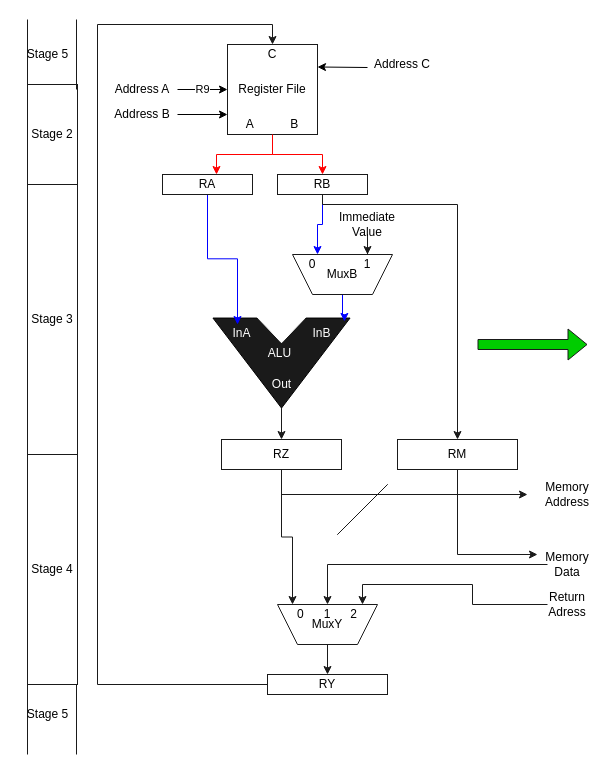
Before: Orkom no1.drawio in vanzeven/tes, a draw.io diagram. Source tidied: cells renumbered, new cells numbered last; positions are measured from the earlier drawing's top-left corner, leaving out a move shared by most shapes. Both pictures are drawn from the tidied source at 100%, with x=0, y=0 at pixel (17, 19).
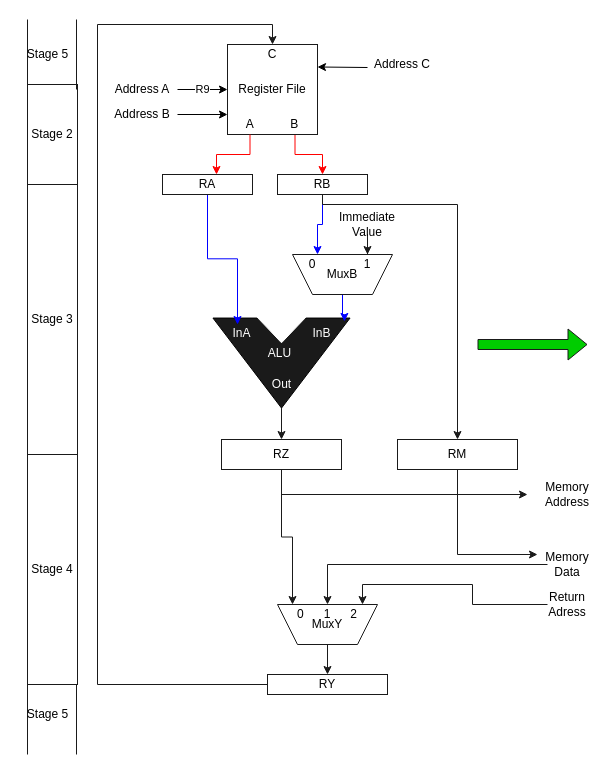
The same diagram, later.

The change refers to these unchanged cells:
```xml
<mxCell id="10" value="Register File" style="whiteSpace=wrap;html=1;strokeColor=#1A1A1A;fillColor=#FFFFFF;" parent="1" vertex="1">
  <mxGeometry x="210" y="25" width="90" height="90" as="geometry" />
</mxCell>
<mxCell id="13" value="A&amp;nbsp;&amp;nbsp;&amp;nbsp;&amp;nbsp;&amp;nbsp;&amp;nbsp;&amp;nbsp;&amp;nbsp;&amp;nbsp;&amp;nbsp; B" style="text;html=1;strokeColor=none;fillColor=none;align=center;verticalAlign=middle;whiteSpace=wrap;rounded=0;" parent="1" vertex="1">
  <mxGeometry x="210" y="95" width="90" height="20" as="geometry" />
</mxCell>
<mxCell id="22" value="RB" style="rounded=0;whiteSpace=wrap;html=1;strokeColor=#1A1A1A;fillColor=#FFFFFF;" parent="1" vertex="1">
  <mxGeometry x="260" y="155" width="90" height="20" as="geometry" />
</mxCell>
<mxCell id="24" value="RA" style="rounded=0;whiteSpace=wrap;html=1;strokeColor=#1A1A1A;fillColor=#FFFFFF;" parent="1" vertex="1">
  <mxGeometry x="145" y="155" width="90" height="20" as="geometry" />
</mxCell>
```

Diff of the diagram source:
```diff
@@
-    <mxCell id="9" style="edgeStyle=orthogonalEdgeStyle;rounded=0;jettySize=auto;html=1;entryX=0.5;entryY=0;entryDx=0;entryDy=0;strokeColor=#FF0000;" parent="1" edge="1" source="10" target="22">
+    <mxCell id="9" style="edgeStyle=orthogonalEdgeStyle;rounded=0;jettySize=auto;html=1;entryX=0.5;entryY=0;entryDx=0;entryDy=0;strokeColor=#FF0000;exitX=0.75;exitY=1;exitDx=0;exitDy=0;" parent="1" edge="1" source="13" target="22">
       <mxGeometry relative="1" as="geometry" />
     </mxCell>
@@
-    <mxCell id="12" style="edgeStyle=orthogonalEdgeStyle;rounded=0;jettySize=auto;html=1;entryX=0.6;entryY=0;entryDx=0;entryDy=0;entryPerimeter=0;strokeColor=#FF0000;" parent="1" edge="1" source="13" target="24">
+    <mxCell id="12" style="edgeStyle=orthogonalEdgeStyle;rounded=0;jettySize=auto;html=1;entryX=0.6;entryY=0;entryDx=0;entryDy=0;entryPerimeter=0;strokeColor=#FF0000;exitX=0.25;exitY=1;exitDx=0;exitDy=0;" parent="1" edge="1" source="13" target="24">
       <mxGeometry relative="1" as="geometry" />
     </mxCell>
@@
-    <mxCell id="51" style="endArrow=none;html=1;strokeColor=#1A1A1A;fillColor=#00CC00;" parent="1" edge="1">
-      <mxGeometry relative="1" as="geometry">
-        <mxPoint x="320" y="515" as="sourcePoint" />
-        <mxPoint x="370" y="465" as="targetPoint" />
-      </mxGeometry>
-    </mxCell>
-    <mxCell id="52" style="endArrow=none;html=1;strokeColor=#1A1A1A;fillColor=#00CC00;" parent="1" edge="1">
-      <mxGeometry relative="1" as="geometry">
-        <mxPoint x="320" y="515" as="sourcePoint" />
-        <mxPoint x="370" y="465" as="targetPoint" />
-      </mxGeometry>
-    </mxCell>
```
